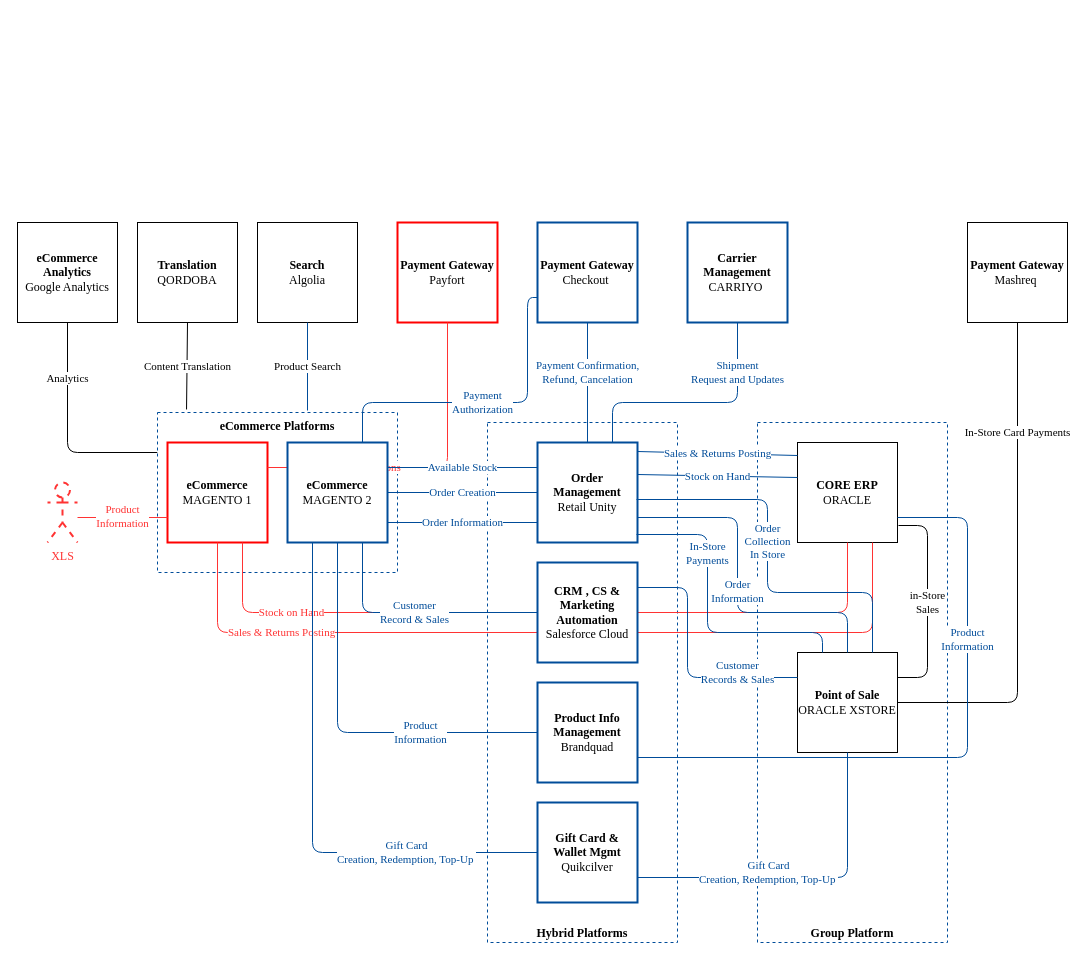
Above: Level_Tech_Ecosystem_v1.drawio in docjdxb/LEVEL_SHOES_TECH (draw.io), before the change. Source tidied: cells renumbered, new cells numbered last; positions are measured from the earlier drawing's top-left corner, leaving out a move shared by most shapes. Both pictures are drawn from the tidied source at 100%, with x=0, y=0 at pixel (17, 222).
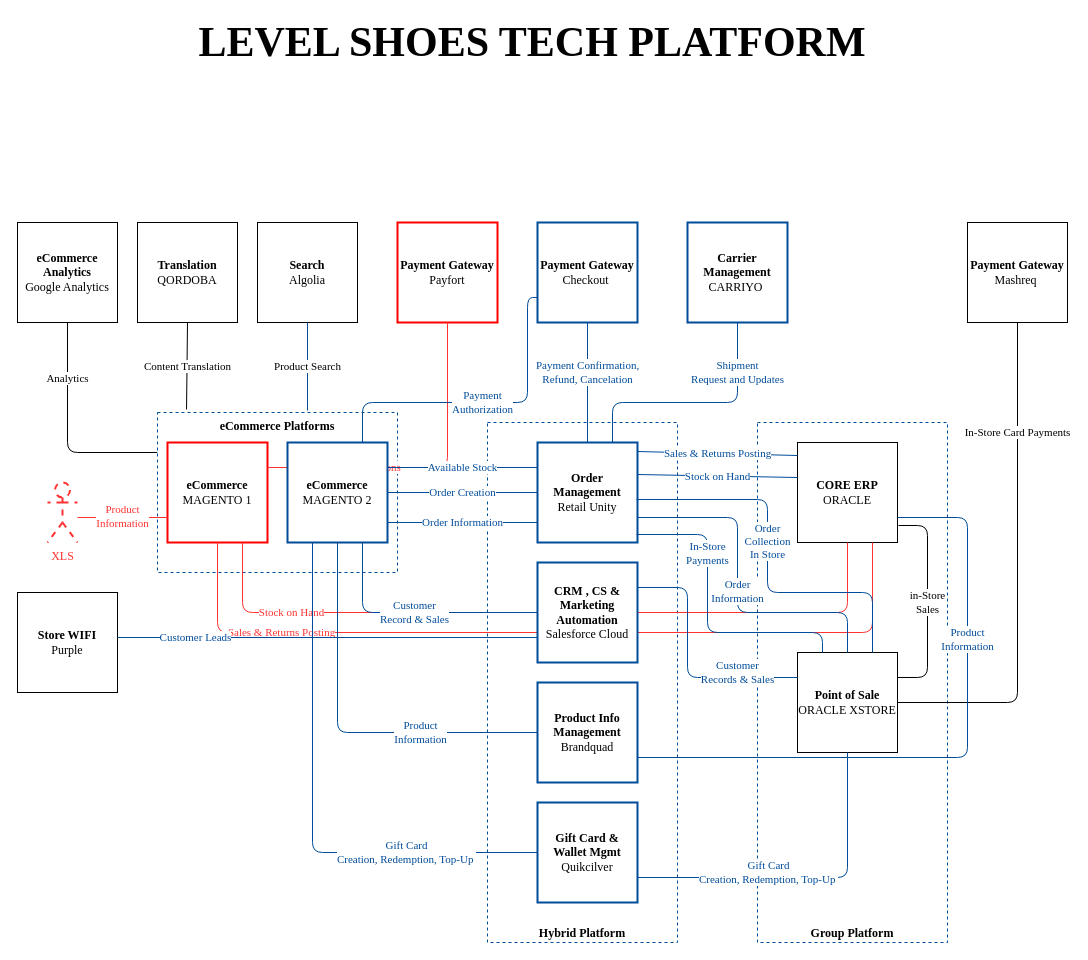
The same page after the edit.

The change refers to these unchanged cells:
```xml
<mxCell id="31" value="&lt;b&gt;CRM , CS &amp;amp; Marketing Automation&lt;br&gt;&lt;/b&gt;Salesforce Cloud" style="whiteSpace=wrap;html=1;strokeColor=#004C99;fontFamily=Garamond;strokeWidth=2;" parent="24" vertex="1">
  <mxGeometry x="520" y="340" width="100" height="100" as="geometry" />
</mxCell>
```

Diff of the diagram source:
```diff
@@
-    <mxCell id="3" value="Hybrid Platforms" style="rounded=0;whiteSpace=wrap;html=1;strokeColor=#004C99;strokeWidth=1;fillColor=#FFFFFF;fontFamily=Garamond;fontColor=#000000;verticalAlign=bottom;dashed=1;fontStyle=1;" parent="1" vertex="1">
+    <mxCell id="3" value="Hybrid Platform" style="rounded=0;whiteSpace=wrap;html=1;strokeColor=#004C99;strokeWidth=1;fillColor=#FFFFFF;fontFamily=Garamond;fontColor=#000000;verticalAlign=bottom;dashed=1;fontStyle=1;" parent="1" vertex="1">
       <mxGeometry x="470" y="200" width="190" height="520" as="geometry" />
     </mxCell>
@@
+    <mxCell id="49" value="&lt;b&gt;Store WIFI&lt;/b&gt;&lt;br&gt;Purple" style="whiteSpace=wrap;html=1;strokeColor=#000000;fontFamily=Garamond;" parent="1" vertex="1">
+      <mxGeometry y="370" width="100" height="100" as="geometry" />
+    </mxCell>
+    <mxCell id="50" value="LEVEL SHOES TECH PLATFORM" style="text;html=1;strokeColor=none;fillColor=none;align=center;verticalAlign=middle;whiteSpace=wrap;rounded=0;fontSize=42;fontFamily=Garamond;fontStyle=1;" parent="1" vertex="1">
+      <mxGeometry x="50" y="-190" width="930" height="20" as="geometry" />
+    </mxCell>
@@
+    <mxCell id="51" value="Customer Leads" style="endArrow=none;html=1;fontFamily=Garamond;entryX=0;entryY=0.75;entryDx=0;entryDy=0;strokeColor=#004C99;fontColor=#004C99;" parent="24" edge="1" target="31">
+      <mxGeometry x="-0.63" relative="1" as="geometry">
+        <mxPoint x="100" y="415" as="sourcePoint" />
+      </mxGeometry>
+    </mxCell>
```
